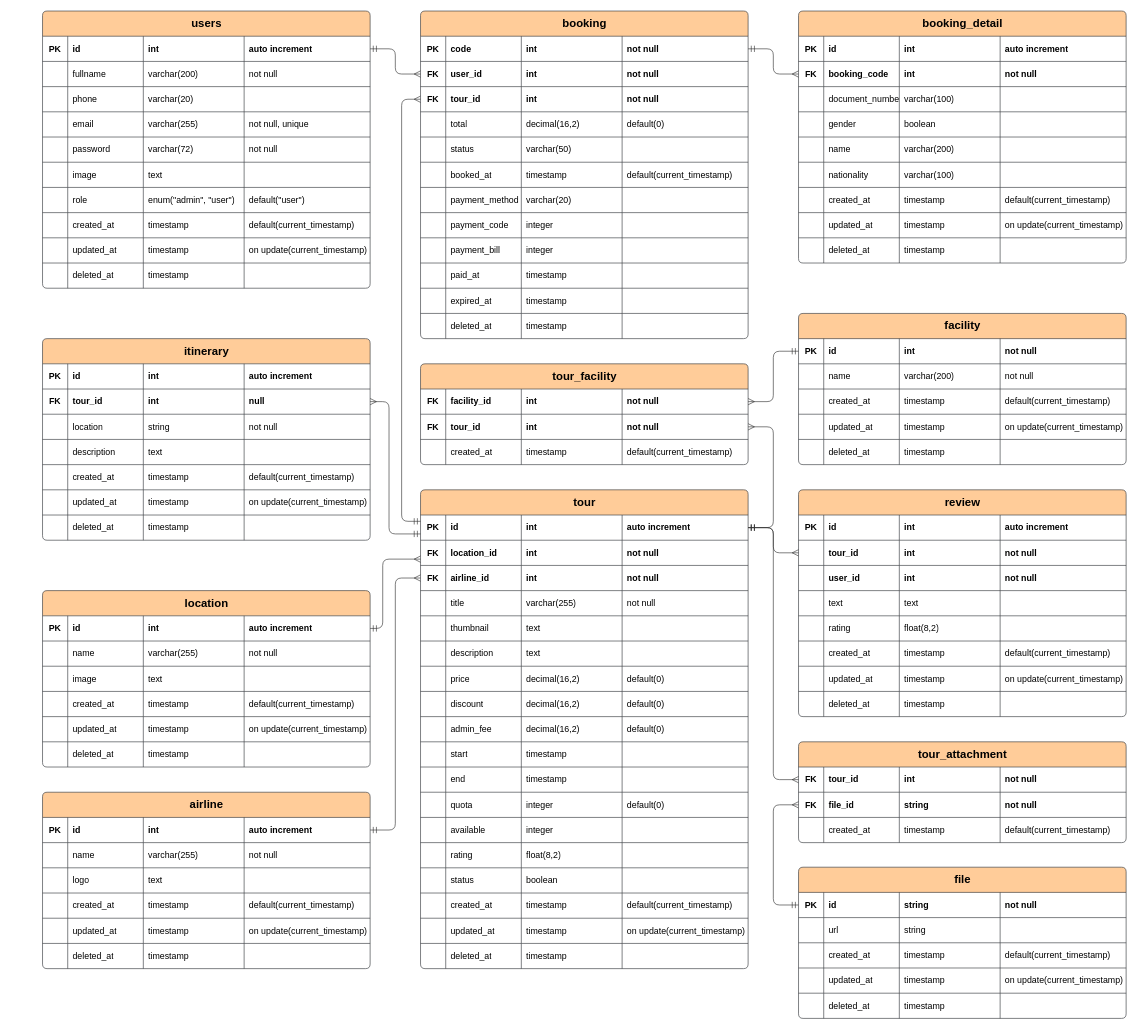
Wanderer-Asia/Wanderer-BE keeps this draw.io diagram as docs/erd.drawio. Above is the earlier version. Source tidied: cells renumbered, new cells numbered last; positions are measured from the earlier drawing's top-left corner, leaving out a move shared by most shapes. Both pictures are drawn from the tidied source at 63%, with x=0, y=0 at pixel (42, 11).
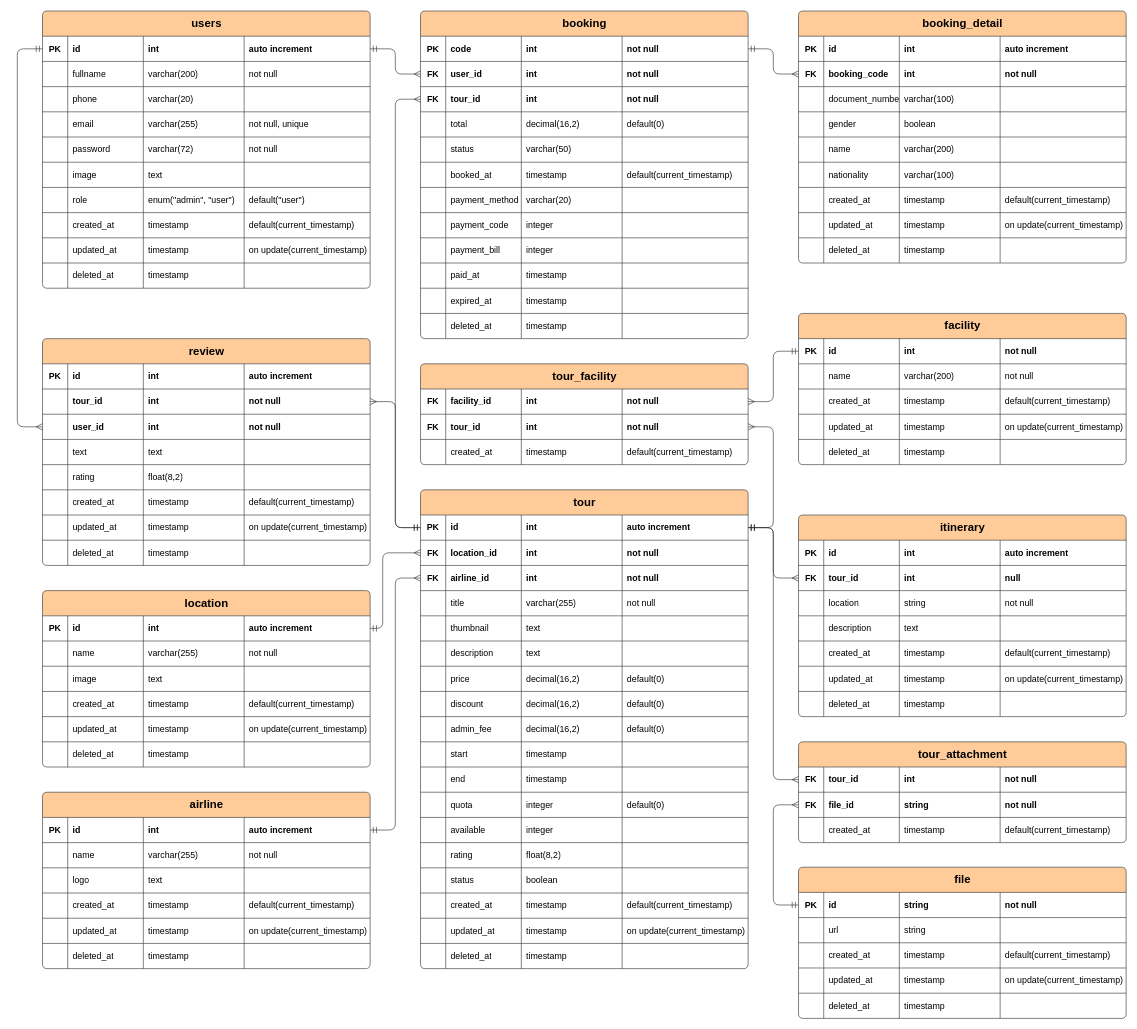
The same page after the edit.

Commit message (it also covers changes not shown here):
add relation user to review

The change refers to these unchanged cells:
```xml
<mxCell id="3" style="shape=tableRow;horizontal=0;startSize=0;swimlaneHead=0;swimlaneBody=0;fillColor=none;points=[[0,0.5],[1,0.5]];portConstraint=eastwest;top=0;left=0;right=0;bottom=0;fontSize=14;" parent="2" vertex="1">
  <mxGeometry y="40" width="520" height="40" as="geometry" />
</mxCell>
<mxCell id="54" style="shape=tableRow;horizontal=0;startSize=0;swimlaneHead=0;swimlaneBody=0;fillColor=none;points=[[0,0.5],[1,0.5]];portConstraint=eastwest;top=0;left=0;right=0;bottom=0;fontSize=14;" parent="53" vertex="1">
  <mxGeometry y="40" width="520" height="40" as="geometry" />
</mxCell>
<mxCell id="59" style="shape=tableRow;horizontal=0;startSize=0;swimlaneHead=0;swimlaneBody=0;fillColor=none;points=[[0,0.5],[1,0.5]];portConstraint=eastwest;top=0;left=0;right=0;bottom=0;fontSize=14;" parent="53" vertex="1">
  <mxGeometry y="80" width="520" height="40" as="geometry" />
</mxCell>
<mxCell id="145" style="shape=tableRow;horizontal=0;startSize=0;swimlaneHead=0;swimlaneBody=0;fillColor=none;points=[[0,0.5],[1,0.5]];portConstraint=eastwest;top=0;left=0;right=0;bottom=0;fontSize=14;" parent="144" vertex="1">
  <mxGeometry y="40" width="520" height="40" as="geometry" />
</mxCell>
<mxCell id="223" style="shape=tableRow;horizontal=0;startSize=0;swimlaneHead=0;swimlaneBody=0;fillColor=none;points=[[0,0.5],[1,0.5]];portConstraint=eastwest;top=0;left=0;right=0;bottom=0;fontSize=14;" parent="217" vertex="1">
  <mxGeometry y="80" width="520" height="40" as="geometry" />
</mxCell>
<mxCell id="264" style="shape=tableRow;horizontal=0;startSize=0;swimlaneHead=0;swimlaneBody=0;fillColor=none;points=[[0,0.5],[1,0.5]];portConstraint=eastwest;top=0;left=0;right=0;bottom=0;fontSize=14;" parent="253" vertex="1">
  <mxGeometry y="120" width="520" height="40" as="geometry" />
</mxCell>
<mxCell id="397" style="shape=tableRow;horizontal=0;startSize=0;swimlaneHead=0;swimlaneBody=0;fillColor=none;points=[[0,0.5],[1,0.5]];portConstraint=eastwest;top=0;left=0;right=0;bottom=0;fontSize=14;" parent="391" vertex="1">
  <mxGeometry y="80" width="520" height="40" as="geometry" />
</mxCell>
<mxCell id="402" style="shape=tableRow;horizontal=0;startSize=0;swimlaneHead=0;swimlaneBody=0;fillColor=none;points=[[0,0.5],[1,0.5]];portConstraint=eastwest;top=0;left=0;right=0;bottom=0;fontSize=14;" parent="391" vertex="1">
  <mxGeometry y="120" width="520" height="40" as="geometry" />
</mxCell>
```

The edit, as a diff of the source:
```diff
@@
     <mxCell id="217" value="itinerary" style="shape=table;startSize=40;childLayout=tableLayout;rowLines=1;fontStyle=1;align=center;html=1;fontSize=18;rounded=1;arcSize=6;fillColor=#ffcc99;strokeColor=#36393d;" parent="1" vertex="1">
-      <mxGeometry y="520" width="520" height="320" as="geometry" />
+      <mxGeometry x="1200" y="800" width="520" height="320" as="geometry" />
     </mxCell>
@@
     <mxCell id="391" value="review" style="shape=table;startSize=40;childLayout=tableLayout;rowLines=1;fontStyle=1;align=center;html=1;fontSize=18;rounded=1;arcSize=6;fillColor=#ffcc99;strokeColor=#36393d;" parent="1" vertex="1">
-      <mxGeometry x="1200" y="760" width="520" height="360" as="geometry" />
+      <mxGeometry y="520" width="520" height="360" as="geometry" />
     </mxCell>
@@
     <mxCell id="433" style="edgeStyle=orthogonalEdgeStyle;shape=connector;rounded=1;jumpSize=8;jettySize=auto;html=1;labelBackgroundColor=default;strokeColor=#333333;strokeWidth=1;align=center;verticalAlign=middle;fontFamily=Helvetica;fontSize=14;fontColor=default;startArrow=ERmandOne;startFill=0;endArrow=ERmany;endFill=0;startSize=8;endSize=8;" parent="1" edge="1" source="54" target="264">
       <mxGeometry relative="1" as="geometry">
         <Array as="points">
-          <mxPoint x="570" y="810" />
-          <mxPoint x="570" y="140" />
+          <mxPoint x="560" y="820" />
+          <mxPoint x="560" y="140" />
         </Array>
       </mxGeometry>
     </mxCell>
@@
     <mxCell id="435" style="edgeStyle=orthogonalEdgeStyle;shape=connector;rounded=1;jumpSize=8;jettySize=auto;html=1;labelBackgroundColor=default;strokeColor=#333333;strokeWidth=1;align=center;verticalAlign=middle;fontFamily=Helvetica;fontSize=14;fontColor=default;startArrow=ERmandOne;startFill=0;endArrow=ERmany;endFill=0;startSize=8;endSize=8;" parent="1" edge="1" source="145" target="59">
       <mxGeometry relative="1" as="geometry">
         <Array as="points">
           <mxPoint x="540" y="980" />
-          <mxPoint x="540" y="870" />
+          <mxPoint x="540" y="860" />
         </Array>
       </mxGeometry>
     </mxCell>
-    <mxCell id="436" style="edgeStyle=orthogonalEdgeStyle;shape=connector;rounded=1;jumpSize=8;jettySize=auto;html=1;labelBackgroundColor=default;strokeColor=#333333;strokeWidth=1;align=center;verticalAlign=middle;fontFamily=Helvetica;fontSize=14;fontColor=default;startArrow=ERmandOne;startFill=0;endArrow=ERmany;endFill=0;startSize=8;endSize=8;" parent="1" edge="1" source="54" target="223">
-      <mxGeometry relative="1" as="geometry">
-        <Array as="points">
-          <mxPoint x="550" y="830" />
-          <mxPoint x="550" y="620" />
-        </Array>
-      </mxGeometry>
-    </mxCell>
@@
-    <mxCell id="482" style="edgeStyle=orthogonalEdgeStyle;shape=connector;rounded=1;jettySize=auto;html=1;labelBackgroundColor=default;strokeColor=#333333;strokeWidth=1;align=center;verticalAlign=middle;fontFamily=Helvetica;fontSize=14;fontColor=default;startArrow=ERmandOne;startFill=0;endArrow=ERmany;endFill=0;startSize=8;endSize=8;" parent="1" edge="1" source="54" target="397">
-      <mxGeometry relative="1" as="geometry" />
-    </mxCell>
@@
+    <mxCell id="485" style="edgeStyle=orthogonalEdgeStyle;shape=connector;rounded=1;jettySize=auto;html=1;labelBackgroundColor=default;strokeColor=#333333;strokeWidth=1;align=center;verticalAlign=middle;fontFamily=Helvetica;fontSize=14;fontColor=default;startArrow=ERmandOne;startFill=0;endArrow=ERmany;endFill=0;startSize=8;endSize=8;" parent="1" edge="1" source="3" target="402">
+      <mxGeometry relative="1" as="geometry">
+        <Array as="points">
+          <mxPoint x="-40" y="60" />
+          <mxPoint x="-40" y="660" />
+        </Array>
+      </mxGeometry>
+    </mxCell>
+    <mxCell id="436" style="edgeStyle=orthogonalEdgeStyle;shape=connector;rounded=1;jettySize=auto;html=1;labelBackgroundColor=default;strokeColor=#333333;strokeWidth=1;align=center;verticalAlign=middle;fontFamily=Helvetica;fontSize=14;fontColor=default;startArrow=ERmandOne;startFill=0;endArrow=ERmany;endFill=0;startSize=8;endSize=8;" parent="1" edge="1" source="54" target="223">
+      <mxGeometry relative="1" as="geometry" />
+    </mxCell>
+    <mxCell id="482" style="edgeStyle=orthogonalEdgeStyle;shape=connector;rounded=1;jettySize=auto;html=1;labelBackgroundColor=default;strokeColor=#333333;strokeWidth=1;align=center;verticalAlign=middle;fontFamily=Helvetica;fontSize=14;fontColor=default;startArrow=ERmandOne;startFill=0;endArrow=ERmany;endFill=0;startSize=8;endSize=8;" parent="1" edge="1" source="54" target="397">
+      <mxGeometry relative="1" as="geometry" />
+    </mxCell>
```
